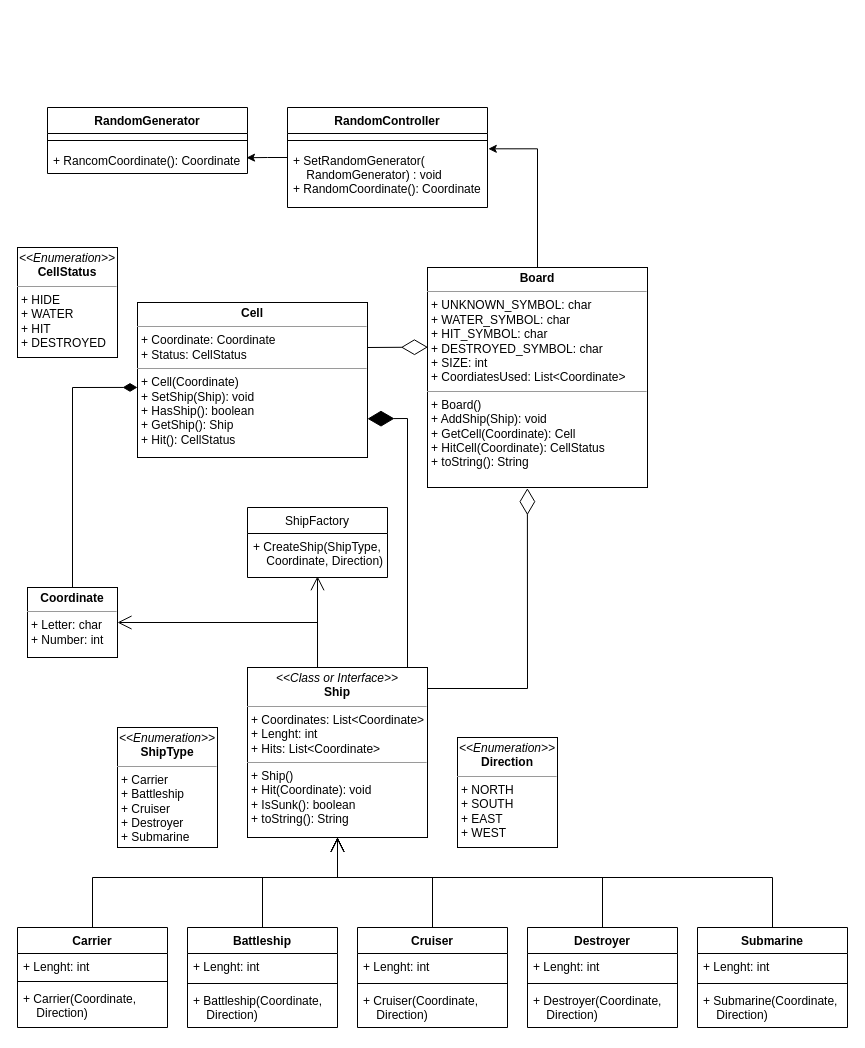
Before: UML.drawio in CesarSnake/Battleship, a draw.io diagram. Source tidied: cells renumbered, new cells numbered last; positions are measured from the earlier drawing's top-left corner, leaving out a move shared by most shapes. Both pictures are drawn from the tidied source at 100%, with x=0, y=0 at pixel (17, 107).
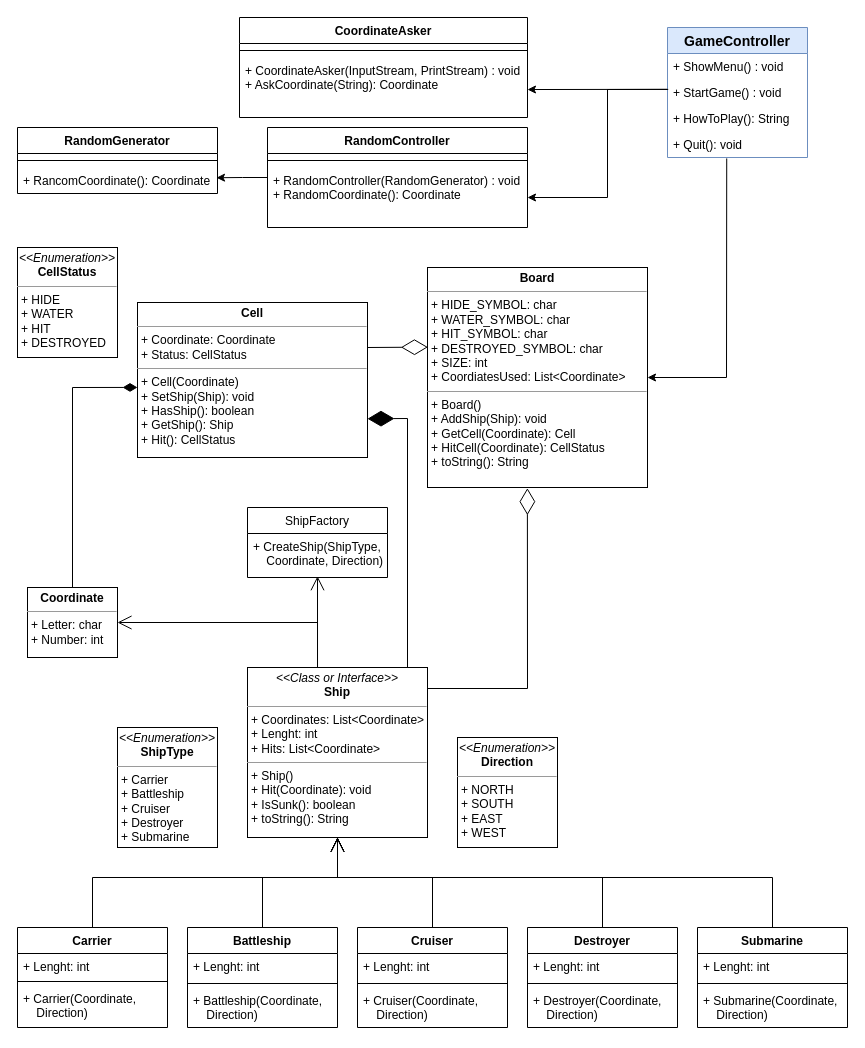
Above is the later version.

Commit message (it also covers changes not shown here):
start implementation Board class [Build broken], pending to update hit cells when the ship is destroyed, pending to implement toString() method

What changed in the source:
```diff
@@
-    <mxCell id="25" style="edgeStyle=orthogonalEdgeStyle;rounded=0;jettySize=auto;html=1;exitX=0.5;exitY=0;exitDx=0;exitDy=0;entryX=1.004;entryY=0.022;entryDx=0;entryDy=0;entryPerimeter=0;" parent="1" edge="1" source="26" target="46">
-      <mxGeometry relative="1" as="geometry" />
-    </mxCell>
-    <mxCell id="26" value="&lt;p style=&quot;margin: 0px ; margin-top: 4px ; text-align: center&quot;&gt;&lt;b&gt;Board&lt;/b&gt;&lt;/p&gt;&lt;hr size=&quot;1&quot;&gt;&lt;p style=&quot;margin: 0px 0px 0px 4px&quot;&gt;+ UNKNOWN_SYMBOL: char&lt;/p&gt;&lt;p style=&quot;margin: 0px ; margin-left: 4px&quot;&gt;+ WATER_SYMBOL: char&lt;br&gt;&lt;/p&gt;&lt;p style=&quot;margin: 0px ; margin-left: 4px&quot;&gt;&lt;span&gt;+ HIT_SYMBOL: char&lt;/span&gt;&lt;br&gt;&lt;/p&gt;&lt;p style=&quot;margin: 0px ; margin-left: 4px&quot;&gt;+ DESTROYED_SYMBOL: char&lt;br&gt;+ SIZE: int&lt;br&gt;+ CoordiatesUsed: List&amp;lt;Coordinate&amp;gt;&lt;/p&gt;&lt;hr size=&quot;1&quot;&gt;&lt;p style=&quot;margin: 0px ; margin-left: 4px&quot;&gt;+ Board()&lt;/p&gt;&lt;p style=&quot;margin: 0px ; margin-left: 4px&quot;&gt;+ AddShip(Ship): void&lt;/p&gt;&lt;p style=&quot;margin: 0px ; margin-left: 4px&quot;&gt;+ GetCell(Coordinate): Cell&lt;br&gt;&lt;/p&gt;&lt;p style=&quot;margin: 0px ; margin-left: 4px&quot;&gt;+ HitCell(Coordinate): CellStatus&lt;/p&gt;&lt;p style=&quot;margin: 0px ; margin-left: 4px&quot;&gt;+ toString(): String&lt;/p&gt;&lt;p style=&quot;margin: 0px ; margin-left: 4px&quot;&gt;&lt;br&gt;&lt;/p&gt;" style="verticalAlign=top;align=left;overflow=fill;fontSize=12;fontFamily=Helvetica;html=1;" parent="1" vertex="1">
+    <mxCell id="26" value="&lt;p style=&quot;margin: 0px ; margin-top: 4px ; text-align: center&quot;&gt;&lt;b&gt;Board&lt;/b&gt;&lt;/p&gt;&lt;hr size=&quot;1&quot;&gt;&lt;p style=&quot;margin: 0px 0px 0px 4px&quot;&gt;+ HIDE_SYMBOL: char&lt;/p&gt;&lt;p style=&quot;margin: 0px ; margin-left: 4px&quot;&gt;+ WATER_SYMBOL: char&lt;br&gt;&lt;/p&gt;&lt;p style=&quot;margin: 0px ; margin-left: 4px&quot;&gt;&lt;span&gt;+ HIT_SYMBOL: char&lt;/span&gt;&lt;br&gt;&lt;/p&gt;&lt;p style=&quot;margin: 0px ; margin-left: 4px&quot;&gt;+ DESTROYED_SYMBOL: char&lt;br&gt;+ SIZE: int&lt;br&gt;+ CoordiatesUsed: List&amp;lt;Coordinate&amp;gt;&lt;/p&gt;&lt;hr size=&quot;1&quot;&gt;&lt;p style=&quot;margin: 0px ; margin-left: 4px&quot;&gt;+ Board()&lt;/p&gt;&lt;p style=&quot;margin: 0px ; margin-left: 4px&quot;&gt;+ AddShip(Ship): void&lt;/p&gt;&lt;p style=&quot;margin: 0px ; margin-left: 4px&quot;&gt;+ GetCell(Coordinate): Cell&lt;br&gt;&lt;/p&gt;&lt;p style=&quot;margin: 0px ; margin-left: 4px&quot;&gt;+ HitCell(Coordinate): CellStatus&lt;/p&gt;&lt;p style=&quot;margin: 0px ; margin-left: 4px&quot;&gt;+ toString(): String&lt;/p&gt;&lt;p style=&quot;margin: 0px ; margin-left: 4px&quot;&gt;&lt;br&gt;&lt;/p&gt;" style="verticalAlign=top;align=left;overflow=fill;fontSize=12;fontFamily=Helvetica;html=1;" parent="1" vertex="1">
       <mxGeometry x="410" y="160" width="220" height="220" as="geometry" />
     </mxCell>
@@
     <mxCell id="44" value="RandomController" style="swimlane;fontStyle=1;align=center;verticalAlign=top;horizontal=1;startSize=26;" parent="1" vertex="1">
-      <mxGeometry x="270" width="200" height="100" as="geometry" />
+      <mxGeometry x="250" y="20" width="260" height="100" as="geometry" />
     </mxCell>
     <mxCell id="45" style="line;strokeWidth=1;fillColor=none;align=left;verticalAlign=middle;spacingTop=-1;spacingLeft=3;spacingRight=3;labelPosition=right;" parent="44" vertex="1">
-      <mxGeometry y="26" width="200" height="14" as="geometry" />
+      <mxGeometry y="26" width="260" height="14" as="geometry" />
     </mxCell>
-    <mxCell id="46" value="+ SetRandomGenerator(&#10;    RandomGenerator) : void&#10;+ RandomCoordinate(): Coordinate&#10;" style="text;strokeColor=none;fillColor=none;align=left;verticalAlign=top;spacingLeft=4;spacingRight=4;overflow=hidden;points=[[0,0.5],[1,0.5]];portConstraint=eastwest;" parent="44" vertex="1">
-      <mxGeometry y="40" width="200" height="60" as="geometry" />
+    <mxCell id="46" value="+ RandomController(RandomGenerator) : void&#10;+ RandomCoordinate(): Coordinate&#10;" style="text;strokeColor=none;fillColor=none;align=left;verticalAlign=top;spacingLeft=4;spacingRight=4;overflow=hidden;points=[[0,0.5],[1,0.5]];portConstraint=eastwest;" parent="44" vertex="1">
+      <mxGeometry y="40" width="260" height="60" as="geometry" />
     </mxCell>
     <mxCell id="47" value="RandomGenerator" style="swimlane;fontStyle=1;align=center;verticalAlign=top;horizontal=1;startSize=26;" parent="1" vertex="1">
-      <mxGeometry x="30" width="200" height="66" as="geometry" />
+      <mxGeometry y="20" width="200" height="66" as="geometry" />
     </mxCell>
@@
+    <mxCell id="50" value="GameController" style="swimlane;fontStyle=1;horizontal=1;startSize=26;fillColor=#dae8fc;strokeColor=#6c8ebf;fontSize=14;" parent="1" vertex="1">
+      <mxGeometry x="650" y="-80" width="140" height="130" as="geometry" />
+    </mxCell>
+    <mxCell id="51" value="+ ShowMenu() : void" style="text;strokeColor=none;fillColor=none;align=left;verticalAlign=top;spacingLeft=4;spacingRight=4;overflow=hidden;" parent="50" vertex="1">
+      <mxGeometry y="26" width="140" height="26" as="geometry" />
+    </mxCell>
+    <mxCell id="52" value="+ StartGame() : void" style="text;strokeColor=none;fillColor=none;align=left;verticalAlign=top;spacingLeft=4;spacingRight=4;overflow=hidden;points=[[0,0.5],[1,0.5]];portConstraint=eastwest;" parent="50" vertex="1">
+      <mxGeometry y="52" width="140" height="26" as="geometry" />
+    </mxCell>
+    <mxCell id="53" value="+ HowToPlay(): String" style="text;strokeColor=none;fillColor=none;align=left;verticalAlign=top;spacingLeft=4;spacingRight=4;overflow=hidden;" parent="50" vertex="1">
+      <mxGeometry y="78" width="140" height="26" as="geometry" />
+    </mxCell>
+    <mxCell id="54" value="+ Quit(): void" style="text;strokeColor=none;fillColor=none;align=left;verticalAlign=top;spacingLeft=4;spacingRight=4;overflow=hidden;points=[[0,0.5],[1,0.5]];portConstraint=eastwest;" parent="50" vertex="1">
+      <mxGeometry y="104" width="140" height="26" as="geometry" />
+    </mxCell>
+    <mxCell id="55" value="CoordinateAsker" style="swimlane;fontStyle=1;align=center;verticalAlign=top;horizontal=1;startSize=26;" parent="1" vertex="1">
+      <mxGeometry x="222" y="-90" width="288" height="100" as="geometry" />
+    </mxCell>
+    <mxCell id="56" style="line;strokeWidth=1;fillColor=none;align=left;verticalAlign=middle;spacingTop=-1;spacingLeft=3;spacingRight=3;labelPosition=right;" parent="55" vertex="1">
+      <mxGeometry y="26" width="288" height="14" as="geometry" />
+    </mxCell>
+    <mxCell id="57" value="+ CoordinateAsker(InputStream, PrintStream) : void&#10;+ AskCoordinate(String): Coordinate&#10;" style="text;strokeColor=none;fillColor=none;align=left;verticalAlign=top;spacingLeft=4;spacingRight=4;overflow=hidden;points=[[0,0.5],[1,0.5]];portConstraint=eastwest;" parent="55" vertex="1">
+      <mxGeometry y="40" width="288" height="60" as="geometry" />
+    </mxCell>
+    <mxCell id="58" style="endArrow=classic;html=1;rounded=0;entryX=1;entryY=0.5;entryDx=0;entryDy=0;exitX=0.005;exitY=0.381;exitDx=0;exitDy=0;exitPerimeter=0;" parent="1" edge="1" source="52" target="46">
+      <mxGeometry relative="1" as="geometry">
+        <Array as="points">
+          <mxPoint x="590" y="-18" />
+          <mxPoint x="590" y="90" />
+        </Array>
+      </mxGeometry>
+    </mxCell>
+    <mxCell id="59" style="endArrow=classic;html=1;rounded=0;entryX=1;entryY=0.5;entryDx=0;entryDy=0;exitX=0.423;exitY=1.036;exitDx=0;exitDy=0;exitPerimeter=0;" parent="1" edge="1" source="54" target="26">
+      <mxGeometry relative="1" as="geometry">
+        <Array as="points">
+          <mxPoint x="709" y="270" />
+        </Array>
+      </mxGeometry>
+    </mxCell>
+    <mxCell id="60" style="endArrow=classic;html=1;rounded=0;exitX=-0.001;exitY=0.378;exitDx=0;exitDy=0;exitPerimeter=0;entryX=1;entryY=0.534;entryDx=0;entryDy=0;entryPerimeter=0;" parent="1" edge="1" source="52" target="57">
+      <mxGeometry relative="1" as="geometry" />
+    </mxCell>
```
